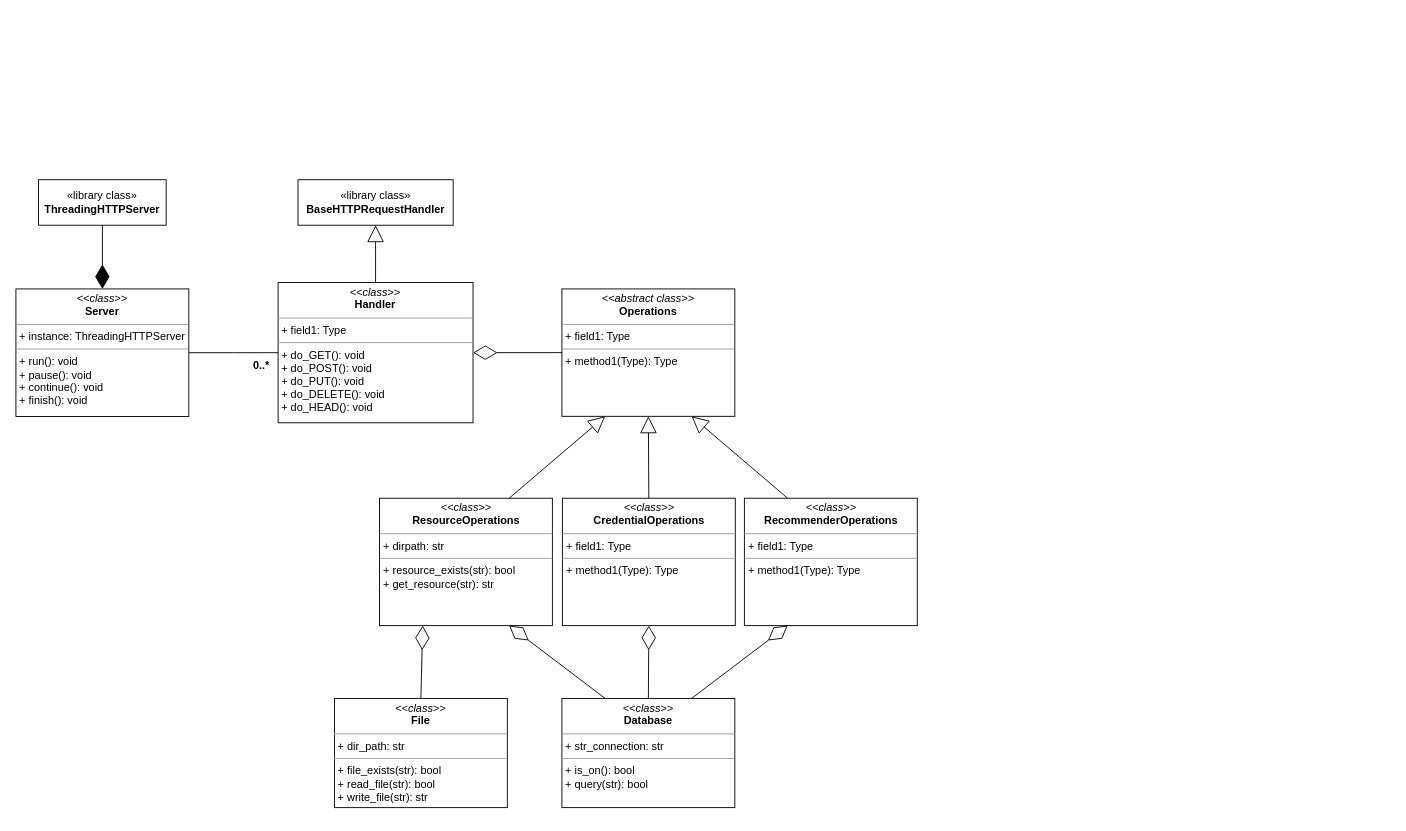
Earlier version of the draw.io diagram diagrams/class-diagram.drawio (Gustavo-Fernandes-Ramos/assistente-de-viagens). Source tidied: cells renumbered, new cells numbered last; positions are measured from the earlier drawing's top-left corner, leaving out a move shared by most shapes. Both pictures are drawn from the tidied source at 91%, with x=0, y=0 at pixel (15, 179).
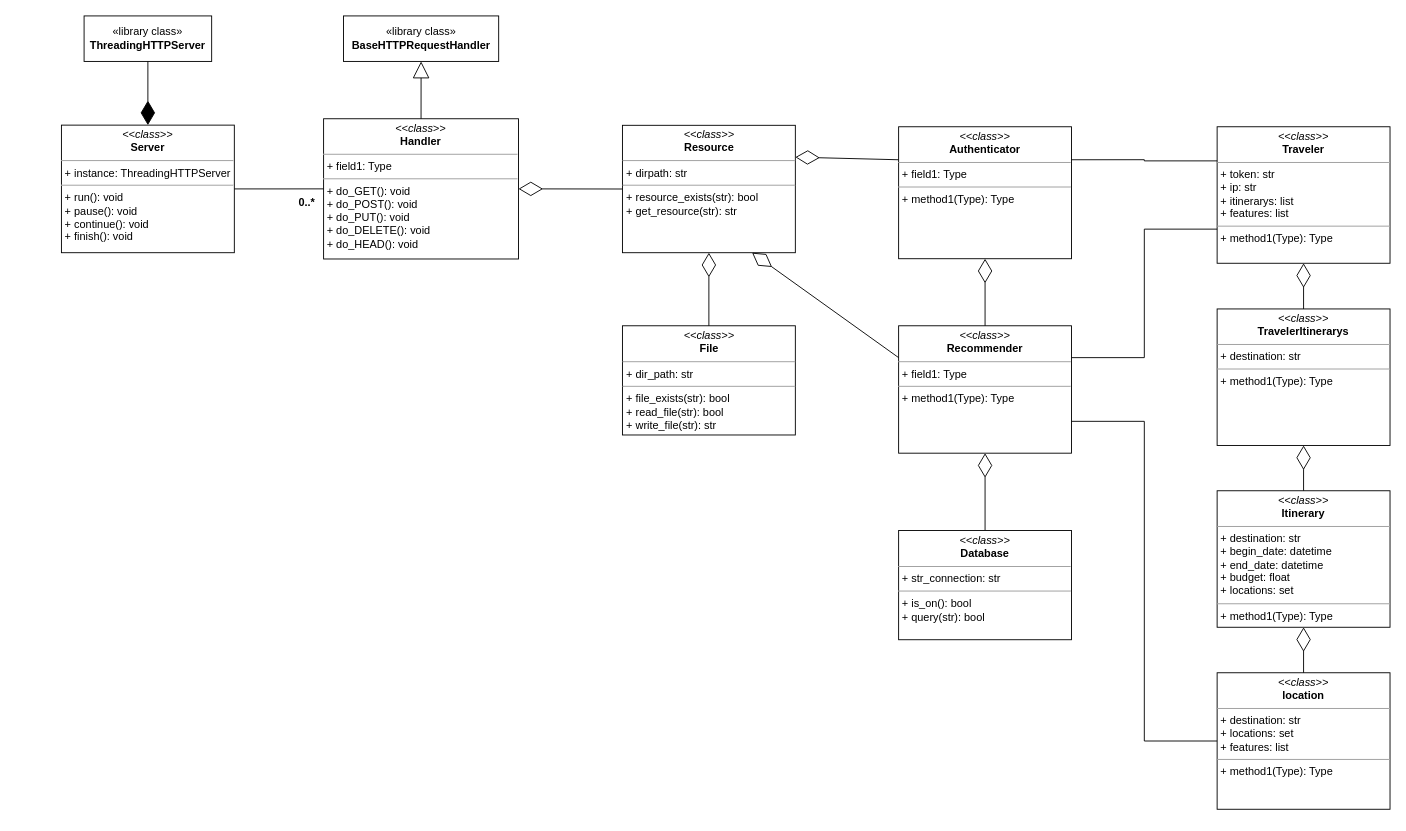
The same page after the edit.

Commit message (it also covers changes not shown here):
alterando diagrama de classes

The edit, as a diff of the source:
```diff
@@
-    <mxCell id="2" value="&lt;p style=&quot;margin:0px;margin-top:4px;text-align:center;&quot;&gt;&lt;i&gt;&amp;lt;&amp;lt;abstract class&amp;gt;&amp;gt;&lt;/i&gt;&lt;br&gt;&lt;b&gt;Operations&lt;/b&gt;&lt;/p&gt;&lt;hr size=&quot;1&quot;&gt;&lt;p style=&quot;margin:0px;margin-left:4px;&quot;&gt;+ field1: Type&lt;br&gt;&lt;/p&gt;&lt;hr size=&quot;1&quot;&gt;&lt;p style=&quot;margin:0px;margin-left:4px;&quot;&gt;+ method1(Type): Type&lt;br&gt;&lt;/p&gt;" style="verticalAlign=top;align=left;overflow=fill;fontSize=12;fontFamily=Helvetica;html=1;whiteSpace=wrap;" parent="1" vertex="1">
-      <mxGeometry x="600" y="120" width="190" height="140" as="geometry" />
-    </mxCell>
     <mxCell id="3" value="&lt;p style=&quot;margin:0px;margin-top:4px;text-align:center;&quot;&gt;&lt;i&gt;&amp;lt;&amp;lt;class&amp;gt;&amp;gt;&lt;/i&gt;&lt;br&gt;&lt;b&gt;Handler&lt;/b&gt;&lt;/p&gt;&lt;hr size=&quot;1&quot;&gt;&lt;p style=&quot;margin:0px;margin-left:4px;&quot;&gt;+ field1: Type&lt;br&gt;&lt;/p&gt;&lt;hr size=&quot;1&quot;&gt;&lt;p style=&quot;margin:0px;margin-left:4px;&quot;&gt;+ do_GET(): void&lt;br&gt;+ do_POST(): void&lt;/p&gt;&lt;p style=&quot;margin:0px;margin-left:4px;&quot;&gt;+ do_PUT(): void&lt;/p&gt;&lt;p style=&quot;margin:0px;margin-left:4px;&quot;&gt;+ do_DELETE(): void&lt;br&gt;&lt;/p&gt;&lt;p style=&quot;margin:0px;margin-left:4px;&quot;&gt;+ do_HEAD(): void&lt;/p&gt;" style="verticalAlign=top;align=left;overflow=fill;fontSize=12;fontFamily=Helvetica;html=1;whiteSpace=wrap;" parent="1" vertex="1">
-      <mxGeometry x="288.1" y="113" width="214.2" height="154.1" as="geometry" />
+      <mxGeometry x="338.1" y="-67" width="214.2" height="154.1" as="geometry" />
     </mxCell>
     <mxCell id="4" value="&lt;p style=&quot;margin:0px;margin-top:4px;text-align:center;&quot;&gt;&lt;i&gt;&amp;lt;&amp;lt;class&amp;gt;&amp;gt;&lt;/i&gt;&lt;br&gt;&lt;b&gt;Server&lt;/b&gt;&lt;/p&gt;&lt;hr size=&quot;1&quot;&gt;&lt;p style=&quot;margin:0px;margin-left:4px;&quot;&gt;+ instance: ThreadingHTTPServer&lt;/p&gt;&lt;hr size=&quot;1&quot;&gt;&lt;p style=&quot;margin:0px;margin-left:4px;&quot;&gt;+ run(): void&lt;/p&gt;&lt;p style=&quot;margin:0px;margin-left:4px;&quot;&gt;+ pause(): void&lt;/p&gt;&lt;p style=&quot;margin:0px;margin-left:4px;&quot;&gt;+ continue(): void&lt;/p&gt;&lt;p style=&quot;margin:0px;margin-left:4px;&quot;&gt;+ finish(): void&lt;/p&gt;" style="verticalAlign=top;align=left;overflow=fill;fontSize=12;fontFamily=Helvetica;html=1;whiteSpace=wrap;" parent="1" vertex="1">
-      <mxGeometry y="120" width="190" height="140.2" as="geometry" />
+      <mxGeometry x="50" y="-60" width="190" height="140.2" as="geometry" />
     </mxCell>
-    <mxCell id="5" value="&lt;p style=&quot;margin:0px;margin-top:4px;text-align:center;&quot;&gt;&lt;i&gt;&amp;lt;&amp;lt;class&amp;gt;&amp;gt;&lt;/i&gt;&lt;br&gt;&lt;b&gt;ResourceOperations&lt;/b&gt;&lt;/p&gt;&lt;hr size=&quot;1&quot;&gt;&lt;p style=&quot;margin:0px;margin-left:4px;&quot;&gt;+ dirpath: str&lt;br&gt;&lt;/p&gt;&lt;hr size=&quot;1&quot;&gt;&lt;p style=&quot;margin:0px;margin-left:4px;&quot;&gt;+ resource_exists(str): bool&lt;/p&gt;&lt;p style=&quot;margin:0px;margin-left:4px;&quot;&gt;+ get_resource(str): str&lt;br&gt;&lt;/p&gt;" style="verticalAlign=top;align=left;overflow=fill;fontSize=12;fontFamily=Helvetica;html=1;whiteSpace=wrap;" parent="1" vertex="1">
-      <mxGeometry x="399.5" y="350" width="190" height="140" as="geometry" />
+    <mxCell id="5" value="&lt;p style=&quot;margin:0px;margin-top:4px;text-align:center;&quot;&gt;&lt;i&gt;&amp;lt;&amp;lt;class&amp;gt;&amp;gt;&lt;/i&gt;&lt;br&gt;&lt;b&gt;Resource&lt;/b&gt;&lt;/p&gt;&lt;hr size=&quot;1&quot;&gt;&lt;p style=&quot;margin:0px;margin-left:4px;&quot;&gt;+ dirpath: str&lt;br&gt;&lt;/p&gt;&lt;hr size=&quot;1&quot;&gt;&lt;p style=&quot;margin:0px;margin-left:4px;&quot;&gt;+ resource_exists(str): bool&lt;/p&gt;&lt;p style=&quot;margin:0px;margin-left:4px;&quot;&gt;+ get_resource(str): str&lt;br&gt;&lt;/p&gt;" style="verticalAlign=top;align=left;overflow=fill;fontSize=12;fontFamily=Helvetica;html=1;whiteSpace=wrap;" parent="1" vertex="1">
+      <mxGeometry x="666.5" y="-59.8" width="190" height="140" as="geometry" />
     </mxCell>
-    <mxCell id="6" value="&lt;p style=&quot;margin:0px;margin-top:4px;text-align:center;&quot;&gt;&lt;i&gt;&amp;lt;&amp;lt;class&amp;gt;&amp;gt;&lt;/i&gt;&lt;br&gt;&lt;b&gt;CredentialOperations&lt;/b&gt;&lt;/p&gt;&lt;hr size=&quot;1&quot;&gt;&lt;p style=&quot;margin:0px;margin-left:4px;&quot;&gt;+ field1: Type&lt;br&gt;&lt;/p&gt;&lt;hr size=&quot;1&quot;&gt;&lt;p style=&quot;margin:0px;margin-left:4px;&quot;&gt;+ method1(Type): Type&lt;br&gt;&lt;/p&gt;" style="verticalAlign=top;align=left;overflow=fill;fontSize=12;fontFamily=Helvetica;html=1;whiteSpace=wrap;" parent="1" vertex="1">
-      <mxGeometry x="600.5" y="350" width="190" height="140" as="geometry" />
+    <mxCell id="6" value="&lt;p style=&quot;margin:0px;margin-top:4px;text-align:center;&quot;&gt;&lt;i&gt;&amp;lt;&amp;lt;class&amp;gt;&amp;gt;&lt;/i&gt;&lt;br&gt;&lt;b&gt;Authenticator&lt;/b&gt;&lt;/p&gt;&lt;hr size=&quot;1&quot;&gt;&lt;p style=&quot;margin:0px;margin-left:4px;&quot;&gt;+ field1: Type&lt;br&gt;&lt;/p&gt;&lt;hr size=&quot;1&quot;&gt;&lt;p style=&quot;margin:0px;margin-left:4px;&quot;&gt;+ method1(Type): Type&lt;br&gt;&lt;/p&gt;" style="verticalAlign=top;align=left;overflow=fill;fontSize=12;fontFamily=Helvetica;html=1;whiteSpace=wrap;" parent="1" vertex="1">
+      <mxGeometry x="970" y="-58.2" width="190" height="145" as="geometry" />
     </mxCell>
-    <mxCell id="7" value="&lt;p style=&quot;margin:0px;margin-top:4px;text-align:center;&quot;&gt;&lt;i&gt;&amp;lt;&amp;lt;class&amp;gt;&amp;gt;&lt;/i&gt;&lt;br&gt;&lt;b&gt;RecommenderOperations&lt;/b&gt;&lt;/p&gt;&lt;hr size=&quot;1&quot;&gt;&lt;p style=&quot;margin:0px;margin-left:4px;&quot;&gt;+ field1: Type&lt;br&gt;&lt;/p&gt;&lt;hr size=&quot;1&quot;&gt;&lt;p style=&quot;margin:0px;margin-left:4px;&quot;&gt;+ method1(Type): Type&lt;br&gt;&lt;/p&gt;" style="verticalAlign=top;align=left;overflow=fill;fontSize=12;fontFamily=Helvetica;html=1;whiteSpace=wrap;" parent="1" vertex="1">
-      <mxGeometry x="800.5" y="350" width="190" height="140" as="geometry" />
+    <mxCell id="7" value="&lt;p style=&quot;margin:0px;margin-top:4px;text-align:center;&quot;&gt;&lt;i&gt;&amp;lt;&amp;lt;class&amp;gt;&amp;gt;&lt;/i&gt;&lt;br&gt;&lt;b&gt;Recommender&lt;/b&gt;&lt;/p&gt;&lt;hr size=&quot;1&quot;&gt;&lt;p style=&quot;margin:0px;margin-left:4px;&quot;&gt;+ field1: Type&lt;br&gt;&lt;/p&gt;&lt;hr size=&quot;1&quot;&gt;&lt;p style=&quot;margin:0px;margin-left:4px;&quot;&gt;+ method1(Type): Type&lt;br&gt;&lt;/p&gt;" style="verticalAlign=top;align=left;overflow=fill;fontSize=12;fontFamily=Helvetica;html=1;whiteSpace=wrap;" parent="1" vertex="1">
+      <mxGeometry x="970" y="160.5" width="190" height="140" as="geometry" />
     </mxCell>
@@
-    <mxCell id="9" style="endArrow=block;endSize=16;endFill=0;html=1;rounded=0;entryX=0.25;entryY=1;entryDx=0;entryDy=0;exitX=0.75;exitY=0;exitDx=0;exitDy=0;" parent="1" edge="1" source="5" target="2">
-      <mxGeometry relative="1" as="geometry" />
-    </mxCell>
-    <mxCell id="10" style="endArrow=block;endSize=16;endFill=0;html=1;rounded=0;entryX=0.5;entryY=1;entryDx=0;entryDy=0;exitX=0.5;exitY=0;exitDx=0;exitDy=0;" parent="1" edge="1" source="6" target="2">
-      <mxGeometry relative="1" as="geometry" />
-    </mxCell>
-    <mxCell id="11" style="endArrow=block;endSize=16;endFill=0;html=1;rounded=0;entryX=0.75;entryY=1;entryDx=0;entryDy=0;exitX=0.25;exitY=0;exitDx=0;exitDy=0;" parent="1" edge="1" source="7" target="2">
-      <mxGeometry relative="1" as="geometry" />
-    </mxCell>
     <mxCell id="12" value="&lt;font style=&quot;font-size: 12px;&quot;&gt;&lt;b&gt;0..*&lt;/b&gt;&lt;/font&gt;" style="text;html=1;strokeColor=none;fillColor=none;align=center;verticalAlign=middle;whiteSpace=wrap;rounded=0;" parent="1" vertex="1">
-      <mxGeometry x="240" y="190" width="60" height="30" as="geometry" />
+      <mxGeometry x="290" y="10" width="60" height="30" as="geometry" />
     </mxCell>
     <mxCell id="13" value="«library class»&lt;br&gt;&lt;b&gt;BaseHTTPRequestHandler&lt;/b&gt;" style="html=1;whiteSpace=wrap;" parent="1" vertex="1">
-      <mxGeometry x="310" width="170.5" height="50" as="geometry" />
+      <mxGeometry x="360" y="-180" width="170.5" height="50" as="geometry" />
     </mxCell>
@@
     <mxCell id="15" value="«library class»&lt;br&gt;&lt;b&gt;ThreadingHTTPServer&lt;/b&gt;" style="html=1;whiteSpace=wrap;" parent="1" vertex="1">
-      <mxGeometry x="24.9" width="140.2" height="50" as="geometry" />
+      <mxGeometry x="74.9" y="-180" width="140.2" height="50" as="geometry" />
     </mxCell>
@@
-    <mxCell id="17" style="endArrow=diamondThin;endFill=0;endSize=24;html=1;rounded=0;entryX=1;entryY=0.5;entryDx=0;entryDy=0;exitX=0;exitY=0.5;exitDx=0;exitDy=0;" parent="1" edge="1" source="2" target="3">
+    <mxCell id="17" style="endArrow=diamondThin;endFill=0;endSize=24;html=1;rounded=0;entryX=1;entryY=0.5;entryDx=0;entryDy=0;exitX=0;exitY=0.5;exitDx=0;exitDy=0;" parent="1" edge="1" source="5" target="3">
       <mxGeometry relative="1" as="geometry" />
     </mxCell>
-    <mxCell id="18" style="endArrow=diamondThin;endFill=0;endSize=24;html=1;rounded=0;entryX=0.25;entryY=1;entryDx=0;entryDy=0;exitX=0.5;exitY=0;exitDx=0;exitDy=0;" parent="1" edge="1" source="23" target="5">
+    <mxCell id="18" style="endArrow=diamondThin;endFill=0;endSize=24;html=1;rounded=0;entryX=0.5;entryY=1;entryDx=0;entryDy=0;exitX=0.5;exitY=0;exitDx=0;exitDy=0;" parent="1" edge="1" source="19" target="7">
       <mxGeometry relative="1" as="geometry" />
     </mxCell>
     <mxCell id="19" value="&lt;p style=&quot;margin:0px;margin-top:4px;text-align:center;&quot;&gt;&lt;i&gt;&amp;lt;&amp;lt;class&amp;gt;&amp;gt;&lt;/i&gt;&lt;br&gt;&lt;b&gt;Database&lt;/b&gt;&lt;/p&gt;&lt;hr size=&quot;1&quot;&gt;&lt;p style=&quot;margin:0px;margin-left:4px;&quot;&gt;+ str_connection: str&lt;br&gt;&lt;/p&gt;&lt;hr size=&quot;1&quot;&gt;&lt;p style=&quot;border-color: var(--border-color); margin: 0px 0px 0px 4px;&quot;&gt;+ is_on(): bool&lt;/p&gt;&lt;p style=&quot;margin:0px;margin-left:4px;&quot;&gt;+ query(str): bool&lt;/p&gt;" style="verticalAlign=top;align=left;overflow=fill;fontSize=12;fontFamily=Helvetica;html=1;whiteSpace=wrap;" parent="1" vertex="1">
-      <mxGeometry x="600" y="570" width="190" height="120" as="geometry" />
+      <mxGeometry x="970" y="385.5" width="190" height="120" as="geometry" />
     </mxCell>
-    <mxCell id="20" style="endArrow=diamondThin;endFill=0;endSize=24;html=1;rounded=0;entryX=0.5;entryY=1;entryDx=0;entryDy=0;exitX=0.5;exitY=0;exitDx=0;exitDy=0;" parent="1" edge="1" source="19" target="6">
-      <mxGeometry relative="1" as="geometry" />
-    </mxCell>
-    <mxCell id="21" style="endArrow=diamondThin;endFill=0;endSize=24;html=1;rounded=0;entryX=0.25;entryY=1;entryDx=0;entryDy=0;exitX=0.75;exitY=0;exitDx=0;exitDy=0;" parent="1" edge="1" source="19" target="7">
-      <mxGeometry relative="1" as="geometry" />
-    </mxCell>
-    <mxCell id="22" style="endArrow=diamondThin;endFill=0;endSize=24;html=1;rounded=0;exitX=0.25;exitY=0;exitDx=0;exitDy=0;entryX=0.75;entryY=1;entryDx=0;entryDy=0;" parent="1" edge="1" source="19" target="5">
-      <mxGeometry relative="1" as="geometry" />
-    </mxCell>
     <mxCell id="23" value="&lt;p style=&quot;margin:0px;margin-top:4px;text-align:center;&quot;&gt;&lt;i&gt;&amp;lt;&amp;lt;class&amp;gt;&amp;gt;&lt;/i&gt;&lt;br&gt;&lt;b&gt;File&lt;/b&gt;&lt;/p&gt;&lt;hr size=&quot;1&quot;&gt;&lt;p style=&quot;margin:0px;margin-left:4px;&quot;&gt;+ dir_path: str&lt;br&gt;&lt;/p&gt;&lt;hr size=&quot;1&quot;&gt;&lt;p style=&quot;border-color: var(--border-color); margin: 0px 0px 0px 4px;&quot;&gt;+ file_exists(str): bool&lt;/p&gt;&lt;p style=&quot;margin:0px;margin-left:4px;&quot;&gt;+ read_file(str): bool&lt;/p&gt;&lt;p style=&quot;margin:0px;margin-left:4px;&quot;&gt;+ write_file(str): str&lt;br&gt;&lt;/p&gt;" style="verticalAlign=top;align=left;overflow=fill;fontSize=12;fontFamily=Helvetica;html=1;whiteSpace=wrap;" parent="1" vertex="1">
-      <mxGeometry x="350" y="570" width="190" height="120" as="geometry" />
+      <mxGeometry x="666.5" y="160.5" width="190" height="120" as="geometry" />
     </mxCell>
@@
+    <mxCell id="25" value="&lt;p style=&quot;margin:0px;margin-top:4px;text-align:center;&quot;&gt;&lt;i&gt;&amp;lt;&amp;lt;class&amp;gt;&amp;gt;&lt;/i&gt;&lt;br&gt;&lt;b&gt;Itinerary&lt;/b&gt;&lt;/p&gt;&lt;hr size=&quot;1&quot;&gt;&lt;p style=&quot;margin:0px;margin-left:4px;&quot;&gt;+ destination: str&lt;/p&gt;&lt;p style=&quot;margin:0px;margin-left:4px;&quot;&gt;+ begin_date: datetime&lt;br&gt;&lt;/p&gt;&lt;p style=&quot;margin:0px;margin-left:4px;&quot;&gt;+ end_date: datetime&lt;/p&gt;&lt;p style=&quot;margin:0px;margin-left:4px;&quot;&gt;+ budget: float&lt;/p&gt;&lt;p style=&quot;margin:0px;margin-left:4px;&quot;&gt;+ locations: set&amp;nbsp;&lt;/p&gt;&lt;hr size=&quot;1&quot;&gt;&lt;p style=&quot;margin:0px;margin-left:4px;&quot;&gt;+ method1(Type): Type&lt;br&gt;&lt;/p&gt;" style="verticalAlign=top;align=left;overflow=fill;fontSize=12;fontFamily=Helvetica;html=1;whiteSpace=wrap;" parent="1" vertex="1">
+      <mxGeometry x="1320" y="341.8" width="190" height="150" as="geometry" />
+    </mxCell>
+    <mxCell id="26" value="&lt;p style=&quot;margin:0px;margin-top:4px;text-align:center;&quot;&gt;&lt;i&gt;&amp;lt;&amp;lt;class&amp;gt;&amp;gt;&lt;/i&gt;&lt;br&gt;&lt;b&gt;location&lt;/b&gt;&lt;/p&gt;&lt;hr size=&quot;1&quot;&gt;&lt;p style=&quot;margin:0px;margin-left:4px;&quot;&gt;+ destination: str&lt;/p&gt;&lt;p style=&quot;margin:0px;margin-left:4px;&quot;&gt;+ locations: set&amp;nbsp;&lt;/p&gt;&lt;p style=&quot;margin:0px;margin-left:4px;&quot;&gt;+ features: list&lt;/p&gt;&lt;hr size=&quot;1&quot;&gt;&lt;p style=&quot;margin:0px;margin-left:4px;&quot;&gt;+ method1(Type): Type&lt;br&gt;&lt;/p&gt;" style="verticalAlign=top;align=left;overflow=fill;fontSize=12;fontFamily=Helvetica;html=1;whiteSpace=wrap;" parent="1" vertex="1">
+      <mxGeometry x="1320" y="541.8" width="190" height="150" as="geometry" />
+    </mxCell>
+    <mxCell id="27" style="endArrow=diamondThin;endFill=0;endSize=24;html=1;rounded=0;entryX=0.5;entryY=1;entryDx=0;entryDy=0;exitX=0.5;exitY=0;exitDx=0;exitDy=0;" parent="1" edge="1" source="26" target="25">
+      <mxGeometry relative="1" as="geometry" />
+    </mxCell>
+    <mxCell id="28" value="&lt;p style=&quot;margin:0px;margin-top:4px;text-align:center;&quot;&gt;&lt;i&gt;&amp;lt;&amp;lt;class&amp;gt;&amp;gt;&lt;/i&gt;&lt;br&gt;&lt;b&gt;TravelerItinerarys&lt;/b&gt;&lt;/p&gt;&lt;hr size=&quot;1&quot;&gt;&lt;p style=&quot;margin:0px;margin-left:4px;&quot;&gt;+ destination: str&lt;/p&gt;&lt;hr size=&quot;1&quot;&gt;&lt;p style=&quot;margin:0px;margin-left:4px;&quot;&gt;+ method1(Type): Type&lt;br&gt;&lt;/p&gt;" style="verticalAlign=top;align=left;overflow=fill;fontSize=12;fontFamily=Helvetica;html=1;whiteSpace=wrap;" parent="1" vertex="1">
+      <mxGeometry x="1320" y="142" width="190" height="150" as="geometry" />
+    </mxCell>
+    <mxCell id="29" style="endArrow=diamondThin;endFill=0;endSize=24;html=1;rounded=0;entryX=0.5;entryY=1;entryDx=0;entryDy=0;exitX=0.5;exitY=0;exitDx=0;exitDy=0;" parent="1" edge="1" source="25" target="28">
+      <mxGeometry relative="1" as="geometry" />
+    </mxCell>
+    <mxCell id="30" value="&lt;p style=&quot;margin:0px;margin-top:4px;text-align:center;&quot;&gt;&lt;i&gt;&amp;lt;&amp;lt;class&amp;gt;&amp;gt;&lt;/i&gt;&lt;br&gt;&lt;b&gt;Traveler&lt;/b&gt;&lt;/p&gt;&lt;hr size=&quot;1&quot;&gt;&lt;p style=&quot;margin:0px;margin-left:4px;&quot;&gt;+ token: str&lt;/p&gt;&lt;p style=&quot;margin:0px;margin-left:4px;&quot;&gt;+ ip: str&lt;/p&gt;&lt;p style=&quot;margin:0px;margin-left:4px;&quot;&gt;+ itinerarys: list&lt;/p&gt;&lt;p style=&quot;margin:0px;margin-left:4px;&quot;&gt;+ features: list&lt;/p&gt;&lt;hr size=&quot;1&quot;&gt;&lt;p style=&quot;margin:0px;margin-left:4px;&quot;&gt;+ method1(Type): Type&lt;br&gt;&lt;/p&gt;" style="verticalAlign=top;align=left;overflow=fill;fontSize=12;fontFamily=Helvetica;html=1;whiteSpace=wrap;" parent="1" vertex="1">
+      <mxGeometry x="1320" y="-58.2" width="190" height="150" as="geometry" />
+    </mxCell>
+    <mxCell id="31" style="endArrow=diamondThin;endFill=0;endSize=24;html=1;rounded=0;entryX=0.5;entryY=1;entryDx=0;entryDy=0;" parent="1" edge="1" source="28" target="30">
+      <mxGeometry relative="1" as="geometry" />
+    </mxCell>
+    <mxCell id="32" style="endArrow=none;html=1;edgeStyle=orthogonalEdgeStyle;rounded=0;exitX=1;exitY=0.75;exitDx=0;exitDy=0;entryX=0;entryY=0.5;entryDx=0;entryDy=0;" parent="1" edge="1" source="7" target="26">
+      <mxGeometry relative="1" as="geometry" />
+    </mxCell>
+    <mxCell id="33" style="endArrow=none;html=1;edgeStyle=orthogonalEdgeStyle;rounded=0;exitX=0;exitY=0.75;exitDx=0;exitDy=0;entryX=1;entryY=0.25;entryDx=0;entryDy=0;" parent="1" edge="1" source="30" target="7">
+      <mxGeometry relative="1" as="geometry" />
+    </mxCell>
+    <mxCell id="34" style="endArrow=none;html=1;edgeStyle=orthogonalEdgeStyle;rounded=0;exitX=0;exitY=0.25;exitDx=0;exitDy=0;entryX=1;entryY=0.25;entryDx=0;entryDy=0;" parent="1" edge="1" source="30" target="6">
+      <mxGeometry relative="1" as="geometry" />
+    </mxCell>
+    <mxCell id="35" style="endArrow=diamondThin;endFill=0;endSize=24;html=1;rounded=0;entryX=0.5;entryY=1;entryDx=0;entryDy=0;exitX=0.5;exitY=0;exitDx=0;exitDy=0;" parent="1" edge="1" source="23" target="5">
+      <mxGeometry relative="1" as="geometry" />
+    </mxCell>
+    <mxCell id="36" style="endArrow=diamondThin;endFill=0;endSize=24;html=1;rounded=0;entryX=0.5;entryY=1;entryDx=0;entryDy=0;exitX=0.5;exitY=0;exitDx=0;exitDy=0;" parent="1" edge="1" source="7" target="6">
+      <mxGeometry relative="1" as="geometry" />
+    </mxCell>
+    <mxCell id="37" style="endArrow=diamondThin;endFill=0;endSize=24;html=1;rounded=0;entryX=0.75;entryY=1;entryDx=0;entryDy=0;exitX=0;exitY=0.25;exitDx=0;exitDy=0;" parent="1" edge="1" source="7" target="5">
+      <mxGeometry relative="1" as="geometry" />
+    </mxCell>
+    <mxCell id="38" style="endArrow=diamondThin;endFill=0;endSize=24;html=1;rounded=0;exitX=0;exitY=0.25;exitDx=0;exitDy=0;entryX=1;entryY=0.25;entryDx=0;entryDy=0;" parent="1" edge="1" source="6" target="5">
+      <mxGeometry relative="1" as="geometry" />
+    </mxCell>
```
